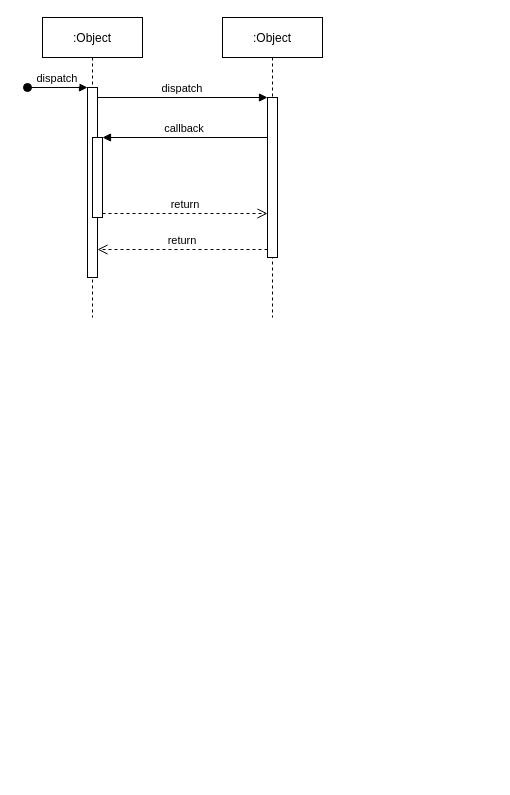
Before: 未命名绘图.drawio in zouzc/datagrams, a draw.io diagram. Source tidied: cells renumbered, new cells numbered last; positions are measured from the earlier drawing's top-left corner, leaving out a move shared by most shapes. Both pictures are drawn from the tidied source at 100%, with x=0, y=0 at pixel (27, 17).
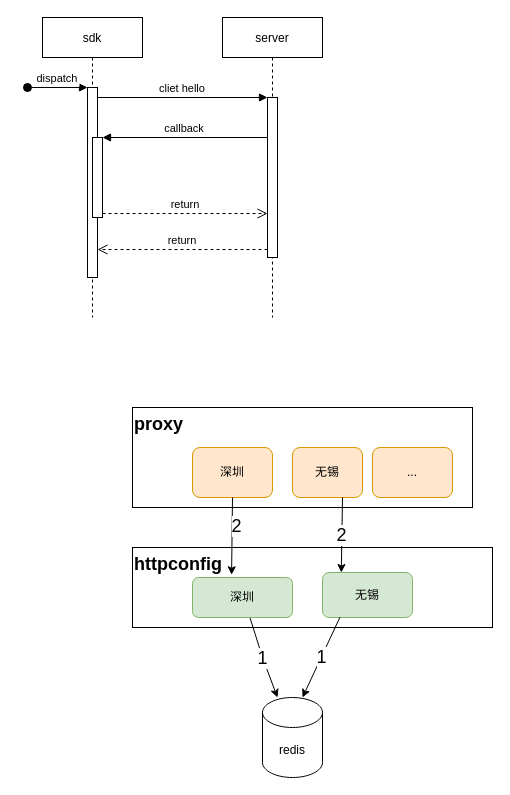
The same page after the edit.

Commit message:
更新未命名绘图.drawio

The change refers to these unchanged cells:
```xml
<mxCell id="3" style="points=[];perimeter=orthogonalPerimeter;rounded=0;shadow=0;strokeWidth=1;" parent="2" vertex="1">
  <mxGeometry x="45" y="70" width="10" height="190" as="geometry" />
</mxCell>
<mxCell id="7" style="points=[];perimeter=orthogonalPerimeter;rounded=0;shadow=0;strokeWidth=1;" parent="6" vertex="1">
  <mxGeometry x="45" y="80" width="10" height="160" as="geometry" />
</mxCell>
```

The edit, as a diff of the source:
```diff
@@
+    <mxCell id="12" value="httpconfig" style="rounded=0;whiteSpace=wrap;html=1;fontSize=18;verticalAlign=top;align=left;fontStyle=1;" parent="1" vertex="1">
+      <mxGeometry x="105" y="530" width="360" height="80" as="geometry" />
+    </mxCell>
+    <mxCell id="13" value="proxy" style="rounded=0;whiteSpace=wrap;html=1;fontSize=18;align=left;verticalAlign=top;fontStyle=1;" parent="1" vertex="1">
+      <mxGeometry x="105" y="390" width="340" height="100" as="geometry" />
+    </mxCell>
-    <mxCell id="2" value=":Object" style="shape=umlLifeline;perimeter=lifelinePerimeter;rounded=0;shadow=0;strokeWidth=1;" parent="1" vertex="1">
+    <mxCell id="2" value="sdk" style="shape=umlLifeline;perimeter=lifelinePerimeter;rounded=0;shadow=0;strokeWidth=1;" parent="1" vertex="1">
       <mxGeometry x="15" width="100" height="300" as="geometry" />
     </mxCell>
@@
-    <mxCell id="6" value=":Object" style="shape=umlLifeline;perimeter=lifelinePerimeter;rounded=0;shadow=0;strokeWidth=1;" parent="1" vertex="1">
+    <mxCell id="6" value="server" style="shape=umlLifeline;perimeter=lifelinePerimeter;rounded=0;shadow=0;strokeWidth=1;" parent="1" vertex="1">
       <mxGeometry x="195" width="100" height="300" as="geometry" />
     </mxCell>
@@
-    <mxCell id="9" value="dispatch" style="verticalAlign=bottom;endArrow=block;entryX=0;entryY=0;shadow=0;strokeWidth=1;" parent="1" edge="1" source="3" target="7">
+    <mxCell id="9" value="cliet hello" style="verticalAlign=bottom;endArrow=block;entryX=0;entryY=0;shadow=0;strokeWidth=1;" parent="1" edge="1" source="3" target="7">
       <mxGeometry relative="1" as="geometry" />
     </mxCell>
@@
+    <mxCell id="14" value="深圳" style="rounded=1;whiteSpace=wrap;html=1;fillColor=#ffe6cc;strokeColor=#d79b00;" parent="1" vertex="1">
+      <mxGeometry x="165" y="430" width="80" height="50" as="geometry" />
+    </mxCell>
+    <mxCell id="15" value="无锡" style="rounded=1;whiteSpace=wrap;html=1;fillColor=#ffe6cc;strokeColor=#d79b00;" parent="1" vertex="1">
+      <mxGeometry x="265" y="430" width="70" height="50" as="geometry" />
+    </mxCell>
+    <mxCell id="16" value="深圳" style="rounded=1;whiteSpace=wrap;html=1;fillColor=#d5e8d4;strokeColor=#82b366;" parent="1" vertex="1">
+      <mxGeometry x="165" y="560" width="100" height="40" as="geometry" />
+    </mxCell>
+    <mxCell id="17" value="无锡" style="rounded=1;whiteSpace=wrap;html=1;fillColor=#d5e8d4;strokeColor=#82b366;" parent="1" vertex="1">
+      <mxGeometry x="295" y="555" width="90" height="45" as="geometry" />
+    </mxCell>
+    <mxCell id="18" value="redis" style="shape=cylinder3;whiteSpace=wrap;html=1;boundedLbl=1;backgroundOutline=1;size=15;" parent="1" vertex="1">
+      <mxGeometry x="235" y="680" width="60" height="80" as="geometry" />
+    </mxCell>
+    <mxCell id="19" value="1" style="endArrow=classic;html=1;rounded=0;exitX=0.576;exitY=1.014;exitDx=0;exitDy=0;exitPerimeter=0;fontSize=18;" parent="1" edge="1" source="16">
+      <mxGeometry relative="1" as="geometry">
+        <mxPoint x="250" y="680" as="targetPoint" />
+        <Array as="points">
+          <mxPoint x="235" y="640" />
+        </Array>
+      </mxGeometry>
+    </mxCell>
+    <mxCell id="20" value="1" style="endArrow=classic;html=1;rounded=0;exitX=0.194;exitY=0.994;exitDx=0;exitDy=0;exitPerimeter=0;fontSize=18;" parent="1" edge="1" source="17">
+      <mxGeometry relative="1" as="geometry">
+        <mxPoint x="275" y="680" as="targetPoint" />
+      </mxGeometry>
+    </mxCell>
+    <mxCell id="21" value="2" style="endArrow=classic;html=1;rounded=0;entryX=0.209;entryY=0;entryDx=0;entryDy=0;fontSize=18;entryPerimeter=0;" parent="1" edge="1" target="17">
+      <mxGeometry relative="1" as="geometry">
+        <mxPoint x="315" y="480" as="sourcePoint" />
+      </mxGeometry>
+    </mxCell>
+    <mxCell id="22" style="endArrow=classic;html=1;rounded=0;exitX=0.5;exitY=1;exitDx=0;exitDy=0;fontSize=18;entryX=0.391;entryY=-0.068;entryDx=0;entryDy=0;entryPerimeter=0;" parent="1" edge="1" source="14" target="16">
+      <mxGeometry relative="1" as="geometry" />
+    </mxCell>
+    <mxCell id="23" value="2" style="edgeLabel;html=1;align=center;verticalAlign=middle;fontSize=18;" parent="22" vertex="1">
+      <mxGeometry x="-0.27" y="4" relative="1" as="geometry" />
+    </mxCell>
+    <mxCell id="24" value="..." style="rounded=1;whiteSpace=wrap;html=1;fillColor=#ffe6cc;strokeColor=#d79b00;" parent="1" vertex="1">
+      <mxGeometry x="345" y="430" width="80" height="50" as="geometry" />
+    </mxCell>
```
